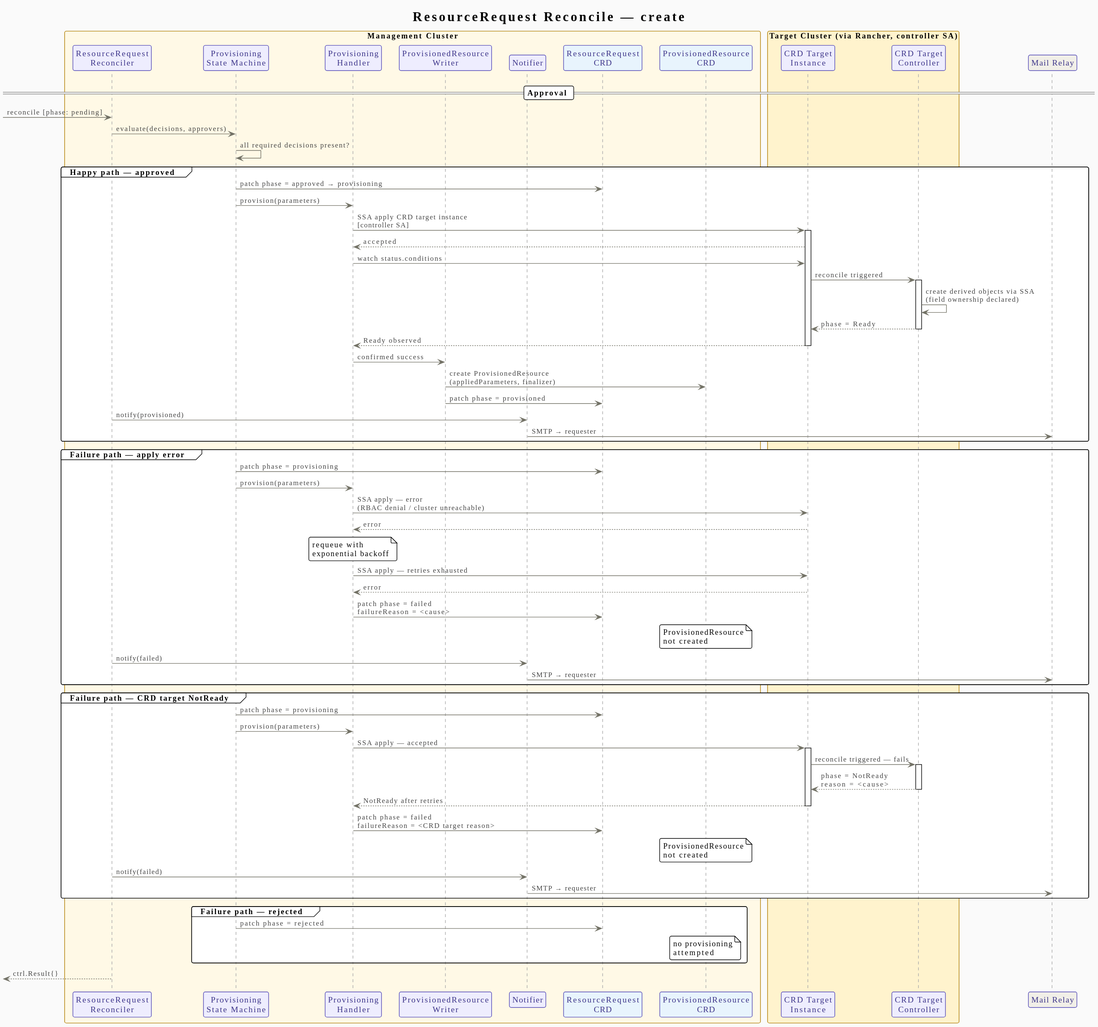
Earlier version of the PlantUML export design/images/reconcile_create.svg (dydoc/quartermaster). Source of this version:
```plantuml
@startuml
!theme plain
skinparam backgroundColor #FAFAFA
skinparam sequence {
    ArrowColor #737266
    ArrowFontColor #444444
    ArrowFontSize 12
    LifeLineBorderColor #AAAAAA
    ParticipantBorderColor #534AB7
    ParticipantBackgroundColor #EEEDFE
    ParticipantFontColor #3C3489
    BoxBorderColor #B07D00
    BoxBackgroundColor #FFF9E6
    NoteBackgroundColor #F5F5FF
    NoteBorderColor #9B94E0
}
skinparam roundcorner 6

title ResourceRequest Reconcile — create

box "Management Cluster" #FFF9E6
    participant "ResourceRequest\nReconciler" as REC
    participant "Provisioning\nState Machine" as SM
    participant "Provisioning\nHandler" as PH
    participant "ProvisionedResource\nWriter" as PRW
    participant "Notifier" as NOT
    participant "ResourceRequest\nCRD" as RRCRD #E8F4FD
    participant "ProvisionedResource\nCRD" as PRCRD #E8F4FD
end box

box "Target Cluster  (via Rancher, controller SA)" #FFF3CD
    participant "CRD Target\nInstance" as CTI
    participant "CRD Target\nController" as CTC
end box

participant "Mail Relay" as MAIL #F1EFE8

== Approval ==

[-> REC    : reconcile [phase: pending]
REC -> SM  : evaluate(decisions, approvers)
SM  -> SM  : all required decisions present?

group Happy path — approved
    SM  -> RRCRD : patch phase = approved → provisioning
    SM  -> PH    : provision(parameters)

    PH  -> CTI   : SSA apply CRD target instance\n[controller SA]
    activate CTI
    CTI --> PH   : accepted

    PH  -> CTI   : watch status.conditions
    CTI -> CTC   : reconcile triggered
    activate CTC
    CTC -> CTC   : create derived objects via SSA\n(field ownership declared)
    CTC --> CTI  : phase = Ready
    deactivate CTC
    CTI --> PH   : Ready observed
    deactivate CTI

    PH  -> PRW   : confirmed success
    PRW -> PRCRD : create ProvisionedResource\n(appliedParameters, finalizer)
    PRW -> RRCRD : patch phase = provisioned

    REC -> NOT   : notify(provisioned)
    NOT -> MAIL  : SMTP → requester
end

group Failure path — apply error
    SM  -> RRCRD : patch phase = provisioning
    SM  -> PH    : provision(parameters)

    PH  -> CTI   : SSA apply — error\n(RBAC denial / cluster unreachable)
    CTI --> PH   : error

    note over PH : requeue with\nexponential backoff

    PH  -> CTI   : SSA apply — retries exhausted
    CTI --> PH   : error

    PH  -> RRCRD : patch phase = failed\nfailureReason = <cause>

    note over PRCRD : ProvisionedResource\nnot created

    REC -> NOT   : notify(failed)
    NOT -> MAIL  : SMTP → requester
end

group Failure path — CRD target NotReady
    SM  -> RRCRD : patch phase = provisioning
    SM  -> PH    : provision(parameters)

    PH  -> CTI   : SSA apply — accepted
    activate CTI
    CTI -> CTC   : reconcile triggered — fails
    activate CTC
    CTC --> CTI  : phase = NotReady\nreason = <cause>
    deactivate CTC
    CTI --> PH   : NotReady after retries
    deactivate CTI

    PH  -> RRCRD : patch phase = failed\nfailureReason = <CRD target reason>

    note over PRCRD : ProvisionedResource\nnot created

    REC -> NOT   : notify(failed)
    NOT -> MAIL  : SMTP → requester
end

group Failure path — rejected
    SM  -> RRCRD : patch phase = rejected
    note over PRCRD : no provisioning\nattempted
end

[<-- REC : ctrl.Result{}
@enduml
```
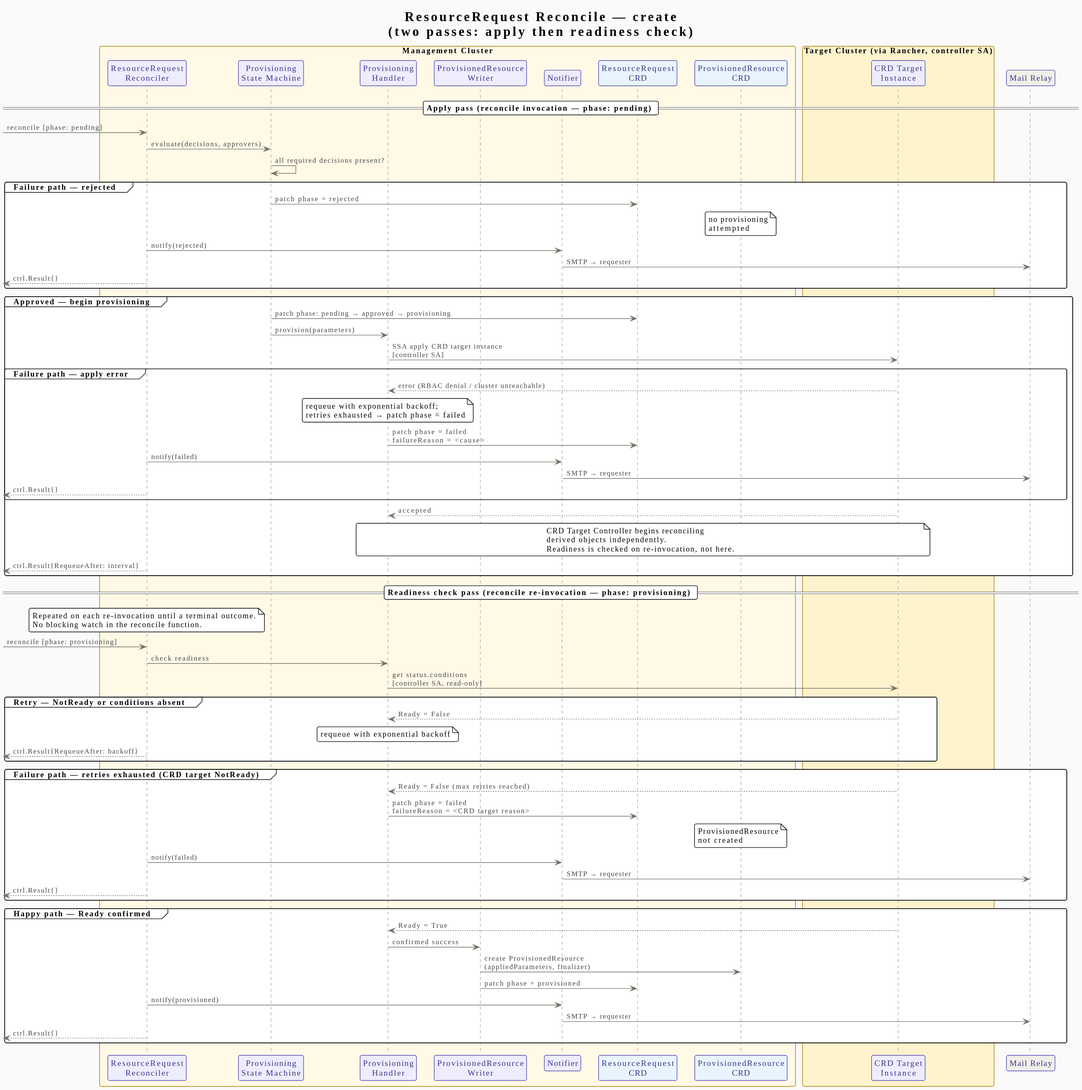
The same file after the commit.

What changed in the source:
```diff
@@ -16,7 +16,7 @@
 }
 skinparam roundcorner 6
 
-title ResourceRequest Reconcile — create
+title ResourceRequest Reconcile — create\n(two passes: apply then readiness check)
 
 box "Management Cluster" #FFF9E6
     participant "ResourceRequest\nReconciler" as REC
@@ -30,87 +30,73 @@
 
 box "Target Cluster  (via Rancher, controller SA)" #FFF3CD
     participant "CRD Target\nInstance" as CTI
-    participant "CRD Target\nController" as CTC
 end box
 
 participant "Mail Relay" as MAIL #F1EFE8
 
-== Approval ==
+== Apply pass (reconcile invocation — phase: pending) ==
 
 [-> REC    : reconcile [phase: pending]
 REC -> SM  : evaluate(decisions, approvers)
 SM  -> SM  : all required decisions present?
 
-group Happy path — approved
-    SM  -> RRCRD : patch phase = approved → provisioning
+group Failure path — rejected
+    SM  -> RRCRD : patch phase = rejected
+    note over PRCRD : no provisioning\nattempted
+    REC -> NOT   : notify(rejected)
+    NOT -> MAIL  : SMTP → requester
+    [<-- REC : ctrl.Result{}
+end
+
+group Approved — begin provisioning
+    SM  -> RRCRD : patch phase: pending → approved → provisioning
     SM  -> PH    : provision(parameters)
 
     PH  -> CTI   : SSA apply CRD target instance\n[controller SA]
-    activate CTI
+
+    group Failure path — apply error
+        CTI --> PH : error (RBAC denial / cluster unreachable)
+        note over PH : requeue with exponential backoff;\nretries exhausted → patch phase = failed
+        PH  -> RRCRD : patch phase = failed\nfailureReason = <cause>
+        REC -> NOT  : notify(failed)
+        NOT -> MAIL : SMTP → requester
+        [<-- REC : ctrl.Result{}
+    end
+
     CTI --> PH   : accepted
+    note over PH, CTI : CRD Target Controller begins reconciling\nderived objects independently.\nReadiness is checked on re-invocation, not here.
+    [<-- REC : ctrl.Result{RequeueAfter: interval}
+end
 
-    PH  -> CTI   : watch status.conditions
-    CTI -> CTC   : reconcile triggered
-    activate CTC
-    CTC -> CTC   : create derived objects via SSA\n(field ownership declared)
-    CTC --> CTI  : phase = Ready
-    deactivate CTC
-    CTI --> PH   : Ready observed
-    deactivate CTI
+== Readiness check pass (reconcile re-invocation — phase: provisioning) ==
+note over REC : Repeated on each re-invocation until a terminal outcome.\nNo blocking watch in the reconcile function.
 
-    PH  -> PRW   : confirmed success
+[-> REC : reconcile [phase: provisioning]
+REC -> PH : check readiness
+PH  -> CTI : get status.conditions\n[controller SA, read-only]
+
+group Retry — NotReady or conditions absent
+    CTI --> PH : Ready = False
+    note over PH : requeue with exponential backoff
+    [<-- REC : ctrl.Result{RequeueAfter: backoff}
+end
+
+group Failure path — retries exhausted (CRD target NotReady)
+    CTI --> PH : Ready = False (max retries reached)
+    PH  -> RRCRD : patch phase = failed\nfailureReason = <CRD target reason>
+    note over PRCRD : ProvisionedResource\nnot created
+    REC -> NOT  : notify(failed)
+    NOT -> MAIL : SMTP → requester
+    [<-- REC : ctrl.Result{}
+end
+
+group Happy path — Ready confirmed
+    CTI --> PH  : Ready = True
+    PH  -> PRW  : confirmed success
     PRW -> PRCRD : create ProvisionedResource\n(appliedParameters, finalizer)
     PRW -> RRCRD : patch phase = provisioned
-
-    REC -> NOT   : notify(provisioned)
-    NOT -> MAIL  : SMTP → requester
+    REC -> NOT  : notify(provisioned)
+    NOT -> MAIL : SMTP → requester
+    [<-- REC : ctrl.Result{}
 end
-
-group Failure path — apply error
-    SM  -> RRCRD : patch phase = provisioning
-    SM  -> PH    : provision(parameters)
-
-    PH  -> CTI   : SSA apply — error\n(RBAC denial / cluster unreachable)
-    CTI --> PH   : error
-
-    note over PH : requeue with\nexponential backoff
-
-    PH  -> CTI   : SSA apply — retries exhausted
-    CTI --> PH   : error
-
-    PH  -> RRCRD : patch phase = failed\nfailureReason = <cause>
-
-    note over PRCRD : ProvisionedResource\nnot created
-
-    REC -> NOT   : notify(failed)
-    NOT -> MAIL  : SMTP → requester
-end
-
-group Failure path — CRD target NotReady
-    SM  -> RRCRD : patch phase = provisioning
-    SM  -> PH    : provision(parameters)
-
-    PH  -> CTI   : SSA apply — accepted
-    activate CTI
-    CTI -> CTC   : reconcile triggered — fails
-    activate CTC
-    CTC --> CTI  : phase = NotReady\nreason = <cause>
-    deactivate CTC
-    CTI --> PH   : NotReady after retries
-    deactivate CTI
-
-    PH  -> RRCRD : patch phase = failed\nfailureReason = <CRD target reason>
-
-    note over PRCRD : ProvisionedResource\nnot created
-
-    REC -> NOT   : notify(failed)
-    NOT -> MAIL  : SMTP → requester
-end
-
-group Failure path — rejected
-    SM  -> RRCRD : patch phase = rejected
-    note over PRCRD : no provisioning\nattempted
-end
-
-[<-- REC : ctrl.Result{}
 @enduml
```
